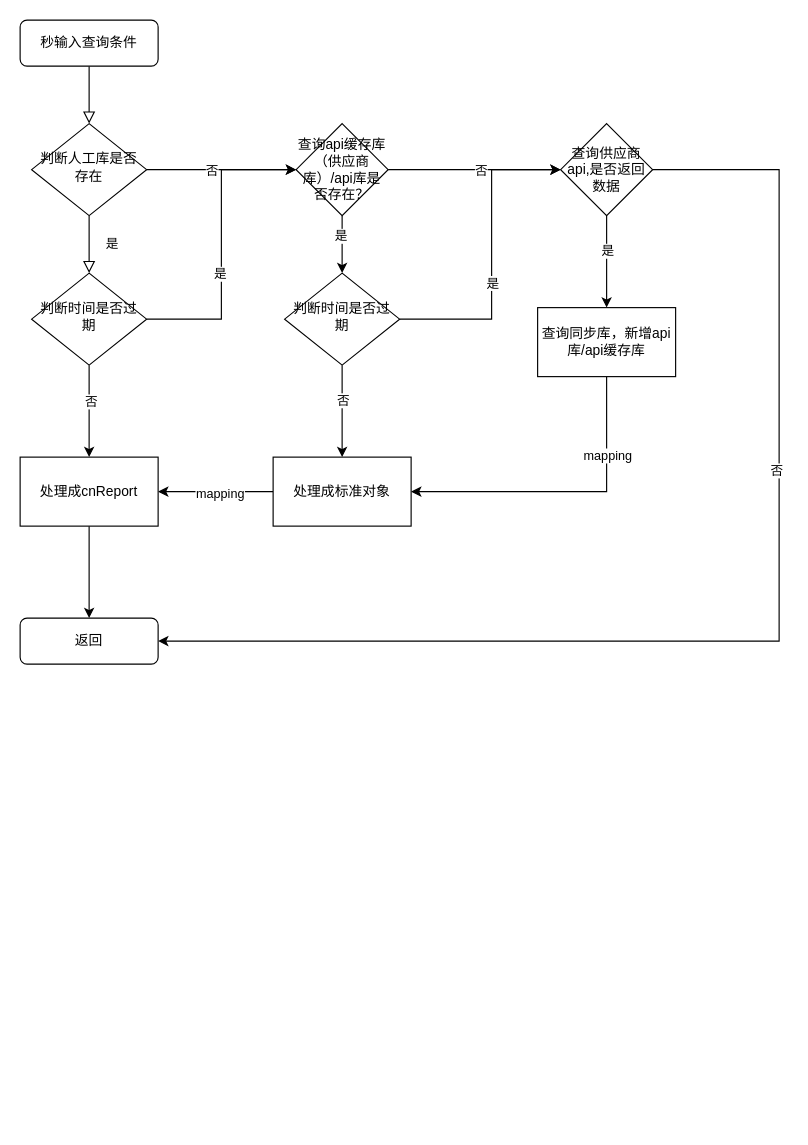
Above: 流程图/大数据.drawio in lq460541033/draw_dev (draw.io), before the change. Source tidied: cells renumbered, new cells numbered last; positions are measured from the earlier drawing's top-left corner, leaving out a move shared by most shapes. Both pictures are drawn from the tidied source at 115%, with x=0, y=0 at pixel (20, 20).
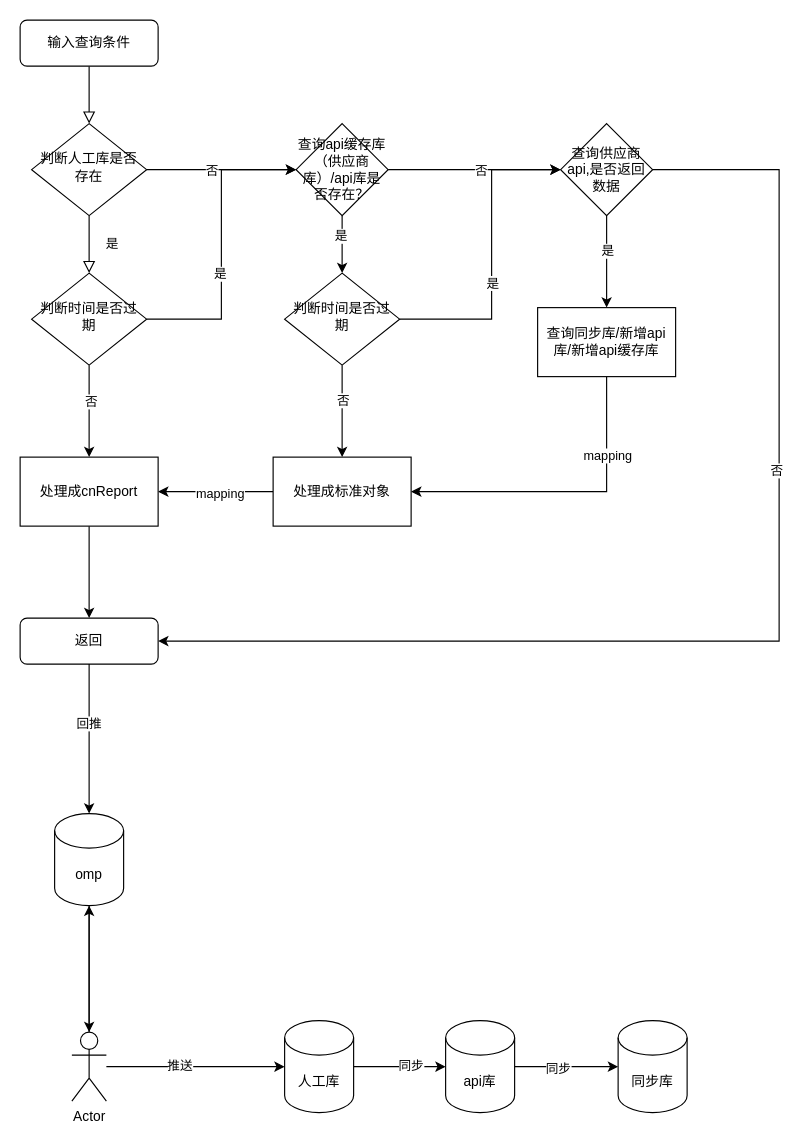
The same page after the edit.

Unchanged cells that the change refers to:
```xml
<mxCell id="34" value="返回" style="rounded=1;whiteSpace=wrap;html=1;fontSize=12;glass=0;strokeWidth=1;shadow=0;" parent="1" vertex="1">
  <mxGeometry y="520" width="120" height="40" as="geometry" />
</mxCell>
```

What changed in the source:
```diff
@@
-    <mxCell id="3" value="秒输入查询条件&lt;br&gt;" style="rounded=1;whiteSpace=wrap;html=1;fontSize=12;glass=0;strokeWidth=1;shadow=0;" parent="1" vertex="1">
+    <mxCell id="3" value="输入查询条件&lt;br&gt;" style="rounded=1;whiteSpace=wrap;html=1;fontSize=12;glass=0;strokeWidth=1;shadow=0;" parent="1" vertex="1">
       <mxGeometry width="120" height="40" as="geometry" />
     </mxCell>
@@
+    <mxCell id="37" style="edgeStyle=orthogonalEdgeStyle;rounded=0;jettySize=auto;html=1;entryX=0.5;entryY=0;entryDx=0;entryDy=0;entryPerimeter=0;" parent="1" edge="1" source="34" target="40">
+      <mxGeometry relative="1" as="geometry" />
+    </mxCell>
+    <mxCell id="38" value="回推" style="edgeLabel;html=1;align=center;verticalAlign=middle;" parent="37" vertex="1">
+      <mxGeometry x="-0.21" y="-1" relative="1" as="geometry" />
+    </mxCell>
@@
-    <mxCell id="36" value="&lt;span&gt;查询同步库，新增api库/api缓存库&lt;/span&gt;" style="rounded=0;whiteSpace=wrap;html=1;" parent="1" vertex="1">
+    <mxCell id="36" value="&lt;span&gt;查询同步库/新增api库/新增api缓存库&lt;/span&gt;" style="rounded=0;whiteSpace=wrap;html=1;" parent="1" vertex="1">
       <mxGeometry x="450" y="250" width="120" height="60" as="geometry" />
     </mxCell>
+    <mxCell id="39" style="edgeStyle=orthogonalEdgeStyle;rounded=0;jettySize=auto;html=1;" parent="1" edge="1" source="40">
+      <mxGeometry relative="1" as="geometry">
+        <mxPoint x="60" y="880" as="targetPoint" />
+      </mxGeometry>
+    </mxCell>
+    <mxCell id="40" value="omp" style="shape=cylinder3;whiteSpace=wrap;html=1;boundedLbl=1;backgroundOutline=1;size=15;" parent="1" vertex="1">
+      <mxGeometry x="30" y="690" width="60" height="80" as="geometry" />
+    </mxCell>
+    <mxCell id="41" style="edgeStyle=orthogonalEdgeStyle;rounded=0;jettySize=auto;html=1;exitX=0.5;exitY=0;exitDx=0;exitDy=0;exitPerimeter=0;" parent="1" edge="1" source="44" target="40">
+      <mxGeometry relative="1" as="geometry" />
+    </mxCell>
+    <mxCell id="42" style="edgeStyle=orthogonalEdgeStyle;rounded=0;jettySize=auto;html=1;" parent="1" edge="1" source="44">
+      <mxGeometry relative="1" as="geometry">
+        <mxPoint x="230" y="910" as="targetPoint" />
+      </mxGeometry>
+    </mxCell>
+    <mxCell id="43" value="推送" style="edgeLabel;html=1;align=center;verticalAlign=middle;" parent="42" vertex="1">
+      <mxGeometry x="-0.19" y="2" relative="1" as="geometry" />
+    </mxCell>
+    <mxCell id="44" value="Actor" style="shape=umlActor;verticalLabelPosition=bottom;verticalAlign=top;html=1;outlineConnect=0;" parent="1" vertex="1">
+      <mxGeometry x="45" y="880" width="30" height="60" as="geometry" />
+    </mxCell>
+    <mxCell id="45" style="edgeStyle=orthogonalEdgeStyle;rounded=0;jettySize=auto;html=1;" parent="1" edge="1" source="47" target="50">
+      <mxGeometry relative="1" as="geometry" />
+    </mxCell>
+    <mxCell id="46" value="同步" style="edgeLabel;html=1;align=center;verticalAlign=middle;" parent="45" vertex="1">
+      <mxGeometry x="0.22" y="2" relative="1" as="geometry" />
+    </mxCell>
+    <mxCell id="47" value="人工库" style="shape=cylinder3;whiteSpace=wrap;html=1;boundedLbl=1;backgroundOutline=1;size=15;" parent="1" vertex="1">
+      <mxGeometry x="230" y="870" width="60" height="80" as="geometry" />
+    </mxCell>
+    <mxCell id="48" style="edgeStyle=orthogonalEdgeStyle;rounded=0;jettySize=auto;html=1;" parent="1" edge="1" source="50" target="51">
+      <mxGeometry relative="1" as="geometry" />
+    </mxCell>
+    <mxCell id="49" value="同步" style="edgeLabel;html=1;align=center;verticalAlign=middle;" parent="48" vertex="1">
+      <mxGeometry x="-0.17" y="-1" relative="1" as="geometry" />
+    </mxCell>
+    <mxCell id="50" value="api库" style="shape=cylinder3;whiteSpace=wrap;html=1;boundedLbl=1;backgroundOutline=1;size=15;" parent="1" vertex="1">
+      <mxGeometry x="370" y="870" width="60" height="80" as="geometry" />
+    </mxCell>
+    <mxCell id="51" value="同步库" style="shape=cylinder3;whiteSpace=wrap;html=1;boundedLbl=1;backgroundOutline=1;size=15;" parent="1" vertex="1">
+      <mxGeometry x="520" y="870" width="60" height="80" as="geometry" />
+    </mxCell>
```
